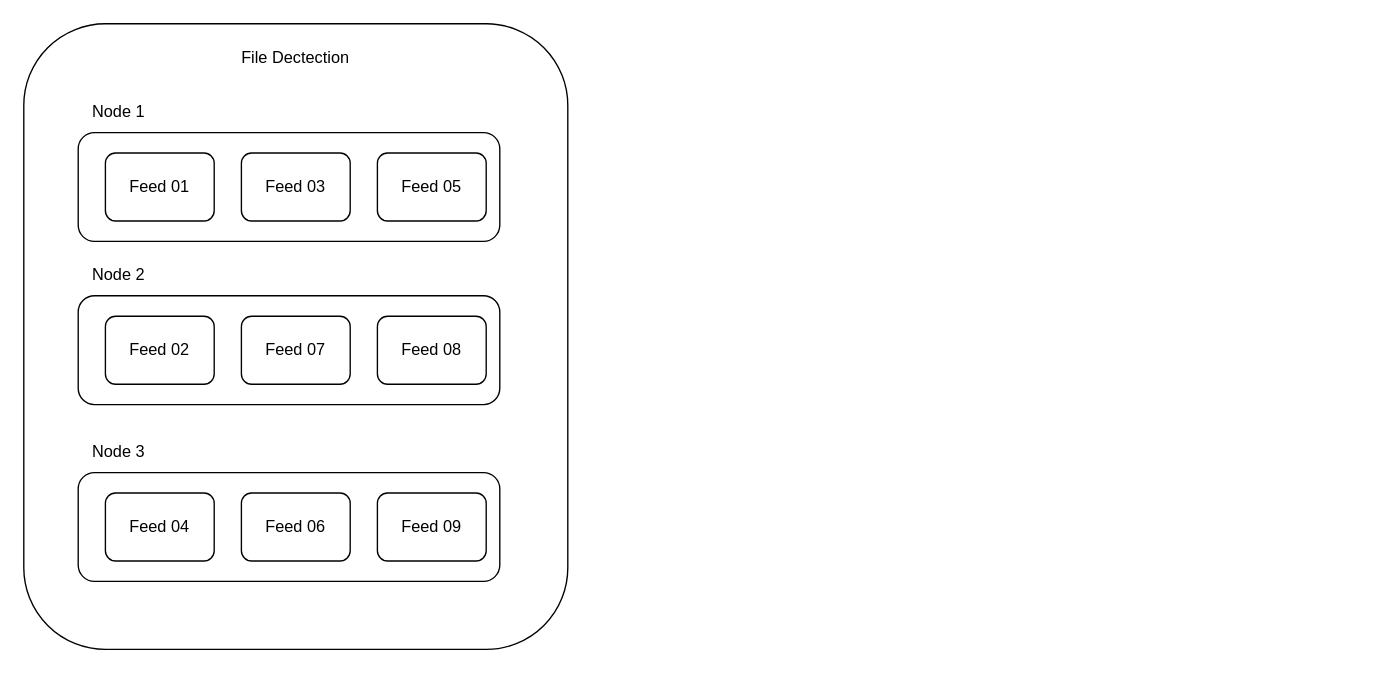
Above: integration platform.drawio in EvanLeung08/eshare-architect-doc (draw.io), before the change. Source tidied: cells renumbered, new cells numbered last; positions are measured from the earlier drawing's top-left corner, leaving out a move shared by most shapes. Both pictures are drawn from the tidied source at 136%, with x=0, y=0 at pixel (23, 23).
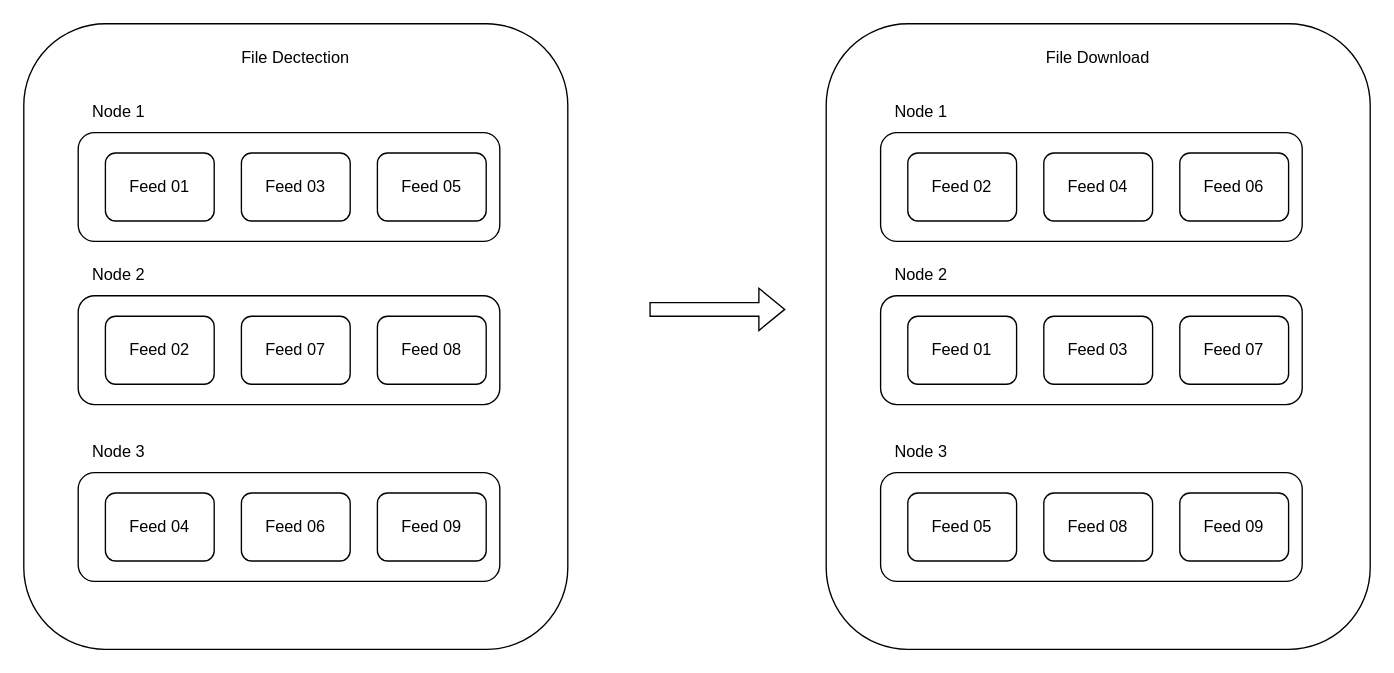
The same page after the edit.

The edit, as a diff of the source:
```diff
@@
+    <mxCell id="19" style="rounded=1;whiteSpace=wrap;html=1;" parent="1" vertex="1">
+      <mxGeometry x="590" width="400" height="460" as="geometry" />
+    </mxCell>
+    <mxCell id="20" style="rounded=1;whiteSpace=wrap;html=1;" parent="1" vertex="1">
+      <mxGeometry x="630" y="80" width="310" height="80" as="geometry" />
+    </mxCell>
+    <mxCell id="21" value="Node 1" style="text;html=1;strokeColor=none;fillColor=none;align=center;verticalAlign=middle;whiteSpace=wrap;rounded=0;" parent="1" vertex="1">
+      <mxGeometry x="630" y="50" width="60" height="30" as="geometry" />
+    </mxCell>
+    <mxCell id="22" value="Feed 02" style="rounded=1;whiteSpace=wrap;html=1;" parent="1" vertex="1">
+      <mxGeometry x="650" y="95" width="80" height="50" as="geometry" />
+    </mxCell>
+    <mxCell id="23" value="Feed 04" style="rounded=1;whiteSpace=wrap;html=1;" parent="1" vertex="1">
+      <mxGeometry x="750" y="95" width="80" height="50" as="geometry" />
+    </mxCell>
+    <mxCell id="24" value="Feed 06" style="rounded=1;whiteSpace=wrap;html=1;" parent="1" vertex="1">
+      <mxGeometry x="850" y="95" width="80" height="50" as="geometry" />
+    </mxCell>
+    <mxCell id="25" style="rounded=1;whiteSpace=wrap;html=1;" parent="1" vertex="1">
+      <mxGeometry x="630" y="200" width="310" height="80" as="geometry" />
+    </mxCell>
+    <mxCell id="26" value="Node 2" style="text;html=1;strokeColor=none;fillColor=none;align=center;verticalAlign=middle;whiteSpace=wrap;rounded=0;" parent="1" vertex="1">
+      <mxGeometry x="630" y="170" width="60" height="30" as="geometry" />
+    </mxCell>
+    <mxCell id="27" value="Feed 01" style="rounded=1;whiteSpace=wrap;html=1;" parent="1" vertex="1">
+      <mxGeometry x="650" y="215" width="80" height="50" as="geometry" />
+    </mxCell>
+    <mxCell id="28" value="Feed 03" style="rounded=1;whiteSpace=wrap;html=1;" parent="1" vertex="1">
+      <mxGeometry x="750" y="215" width="80" height="50" as="geometry" />
+    </mxCell>
+    <mxCell id="29" value="Feed 07" style="rounded=1;whiteSpace=wrap;html=1;" parent="1" vertex="1">
+      <mxGeometry x="850" y="215" width="80" height="50" as="geometry" />
+    </mxCell>
+    <mxCell id="30" style="rounded=1;whiteSpace=wrap;html=1;" parent="1" vertex="1">
+      <mxGeometry x="630" y="330" width="310" height="80" as="geometry" />
+    </mxCell>
+    <mxCell id="31" value="Node 3" style="text;html=1;strokeColor=none;fillColor=none;align=center;verticalAlign=middle;whiteSpace=wrap;rounded=0;" parent="1" vertex="1">
+      <mxGeometry x="630" y="300" width="60" height="30" as="geometry" />
+    </mxCell>
+    <mxCell id="32" value="Feed 05" style="rounded=1;whiteSpace=wrap;html=1;" parent="1" vertex="1">
+      <mxGeometry x="650" y="345" width="80" height="50" as="geometry" />
+    </mxCell>
+    <mxCell id="33" value="Feed 08" style="rounded=1;whiteSpace=wrap;html=1;" parent="1" vertex="1">
+      <mxGeometry x="750" y="345" width="80" height="50" as="geometry" />
+    </mxCell>
+    <mxCell id="34" value="Feed 09" style="rounded=1;whiteSpace=wrap;html=1;" parent="1" vertex="1">
+      <mxGeometry x="850" y="345" width="80" height="50" as="geometry" />
+    </mxCell>
+    <mxCell id="35" value="File Download" style="text;html=1;strokeColor=none;fillColor=none;align=center;verticalAlign=middle;whiteSpace=wrap;rounded=0;" parent="1" vertex="1">
+      <mxGeometry x="735" y="10" width="110" height="30" as="geometry" />
+    </mxCell>
+    <mxCell id="36" style="shape=flexArrow;endArrow=classic;html=1;rounded=0;" parent="1" edge="1">
+      <mxGeometry relative="1" as="geometry">
+        <mxPoint x="460" y="210" as="sourcePoint" />
+        <mxPoint x="560" y="210" as="targetPoint" />
+      </mxGeometry>
+    </mxCell>
```
